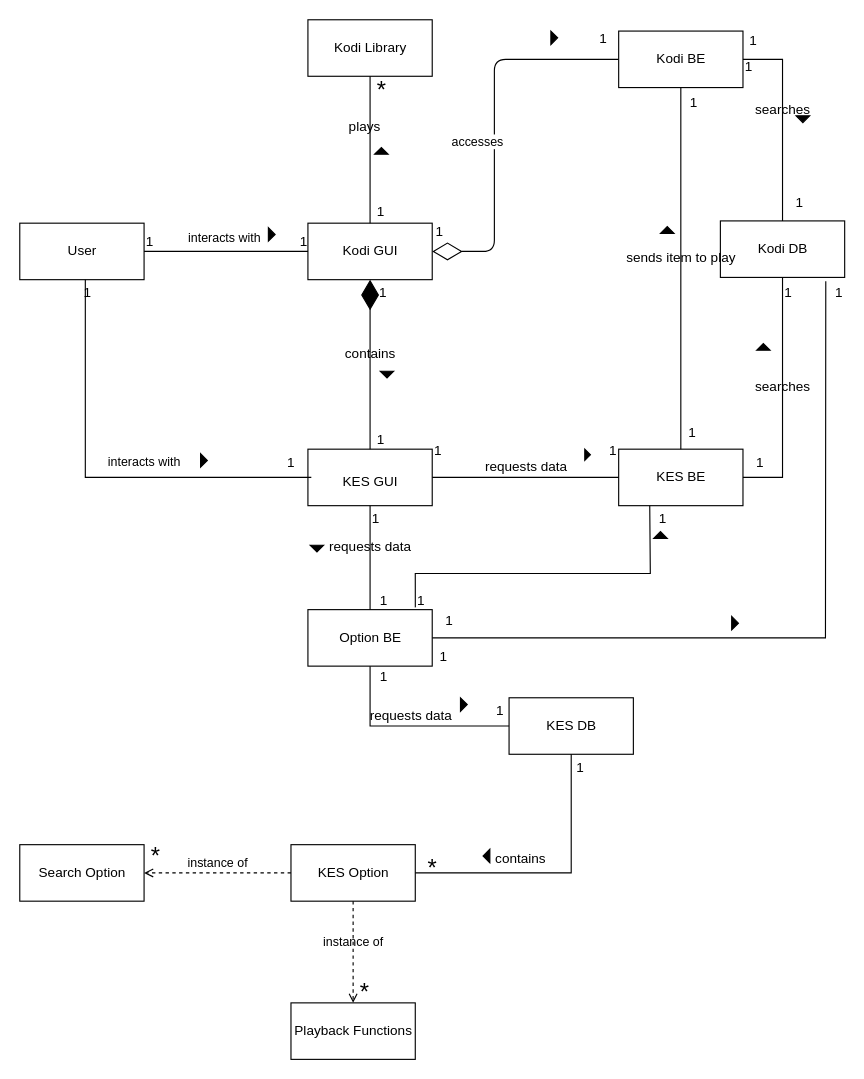
Earlier version of the draw.io diagram uml.drawio (dustinmcmahon/kodiAddon). Source tidied: cells renumbered, new cells numbered last; positions are measured from the earlier drawing's top-left corner, leaving out a move shared by most shapes. Both pictures are drawn from the tidied source at 113%, with x=0, y=0 at pixel (19, 19).
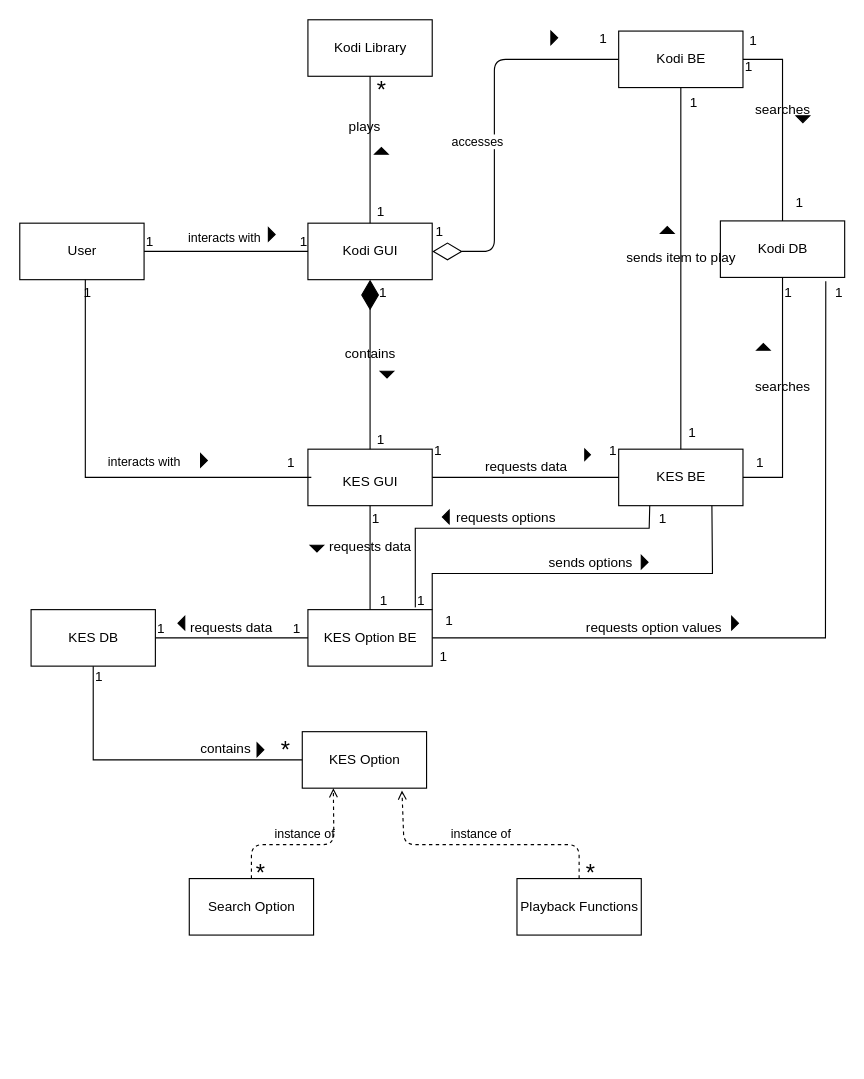
The same diagram, later.

Unchanged cells that the change refers to:
```xml
<mxCell id="17" value="KES BE" style="html=1;" parent="1" vertex="1">
  <mxGeometry x="530" y="380" width="110" height="50" as="geometry" />
</mxCell>
<mxCell id="19" value="Kodi DB" style="html=1;" parent="1" vertex="1">
  <mxGeometry x="620" y="178" width="110" height="50" as="geometry" />
</mxCell>
```

What changed in the source:
```diff
@@
     <mxCell id="11" value="KES Option" style="html=1;fontSize=12;" parent="1" vertex="1">
-      <mxGeometry x="240" y="730" width="110" height="50" as="geometry" />
+      <mxGeometry x="250" y="630" width="110" height="50" as="geometry" />
     </mxCell>
@@
     <mxCell id="18" value="KES DB" style="html=1;" parent="1" vertex="1">
-      <mxGeometry x="433" y="600" width="110" height="50" as="geometry" />
+      <mxGeometry x="10" y="522" width="110" height="50" as="geometry" />
     </mxCell>
@@
-    <mxCell id="36" style="triangle;fillColor=strokeColor;fontSize=12;rotation=-90;" parent="1" vertex="1">
-      <mxGeometry x="564" y="450" width="6" height="12" as="geometry" />
+    <mxCell id="36" style="triangle;fillColor=strokeColor;fontSize=12;rotation=-180;" parent="1" vertex="1">
+      <mxGeometry x="374" y="434" width="6" height="12" as="geometry" />
     </mxCell>
-    <mxCell id="37" style="endArrow=none;html=1;rounded=0;align=center;verticalAlign=bottom;labelBackgroundColor=none;fontSize=12;exitX=1;exitY=0.5;exitDx=0;exitDy=0;entryX=0.5;entryY=1;entryDx=0;entryDy=0;" parent="1" edge="1" source="11" target="18">
+    <mxCell id="37" style="endArrow=none;html=1;rounded=0;align=center;verticalAlign=bottom;labelBackgroundColor=none;fontSize=12;entryX=0.5;entryY=1;entryDx=0;entryDy=0;exitX=0;exitY=0.5;exitDx=0;exitDy=0;" parent="1" edge="1" source="11" target="18">
       <mxGeometry relative="1" as="geometry">
         <Array as="points">
-          <mxPoint x="488" y="755" />
+          <mxPoint x="65" y="655" />
         </Array>
       </mxGeometry>
     </mxCell>
@@
     <mxCell id="39" value="*" style="text;html=1;align=center;verticalAlign=middle;strokeColor=none;fillColor=none;fontSize=21;" parent="1" vertex="1">
-      <mxGeometry x="350" y="730" width="30" height="40" as="geometry" />
+      <mxGeometry x="220" y="626" width="30" height="40" as="geometry" />
     </mxCell>
     <mxCell id="40" value="Search Option" style="html=1;fontSize=12;" parent="1" vertex="1">
-      <mxGeometry y="730" width="110" height="50" as="geometry" />
+      <mxGeometry x="150" y="760" width="110" height="50" as="geometry" />
     </mxCell>
     <mxCell id="41" value="Playback Functions" style="html=1;fontSize=12;" parent="1" vertex="1">
-      <mxGeometry x="240" y="870" width="110" height="50" as="geometry" />
+      <mxGeometry x="440" y="760" width="110" height="50" as="geometry" />
     </mxCell>
     <mxCell id="42" value="*" style="text;html=1;align=center;verticalAlign=middle;strokeColor=none;fillColor=none;fontSize=21;" parent="1" vertex="1">
-      <mxGeometry x="290" y="840" width="30" height="40" as="geometry" />
+      <mxGeometry x="490" y="735" width="30" height="40" as="geometry" />
     </mxCell>
     <mxCell id="43" value="*" style="text;html=1;align=center;verticalAlign=middle;strokeColor=none;fillColor=none;fontSize=21;" parent="1" vertex="1">
-      <mxGeometry x="105" y="720" width="30" height="40" as="geometry" />
+      <mxGeometry x="198" y="735" width="30" height="40" as="geometry" />
     </mxCell>
-    <mxCell id="44" value="instance of" style="html=1;verticalAlign=bottom;labelBackgroundColor=none;endArrow=open;endFill=0;dashed=1;exitX=0;exitY=0.5;exitDx=0;exitDy=0;" parent="1" edge="1" source="11" target="40">
-      <mxGeometry relative="1" as="geometry" />
+    <mxCell id="44" value="instance of" style="html=1;verticalAlign=bottom;labelBackgroundColor=none;endArrow=open;endFill=0;dashed=1;entryX=0.25;entryY=1;entryDx=0;entryDy=0;exitX=0.5;exitY=0;exitDx=0;exitDy=0;" parent="1" edge="1" source="40" target="11">
+      <mxGeometry relative="1" as="geometry">
+        <Array as="points">
+          <mxPoint x="205" y="730" />
+          <mxPoint x="278" y="730" />
+        </Array>
+      </mxGeometry>
     </mxCell>
-    <mxCell id="45" style="triangle;fillColor=strokeColor;fontSize=12;rotation=-180;" parent="1" vertex="1">
-      <mxGeometry x="410" y="734" width="6" height="12" as="geometry" />
+    <mxCell id="45" style="triangle;fillColor=strokeColor;fontSize=12;rotation=0;" parent="1" vertex="1">
+      <mxGeometry x="210" y="640" width="6" height="12" as="geometry" />
     </mxCell>
-    <mxCell id="46" value="instance of" style="html=1;verticalAlign=bottom;labelBackgroundColor=none;endArrow=open;endFill=0;dashed=1;exitX=0.5;exitY=1;exitDx=0;exitDy=0;" parent="1" edge="1" source="11" target="41">
-      <mxGeometry relative="1" as="geometry" />
+    <mxCell id="46" value="instance of" style="html=1;verticalAlign=bottom;labelBackgroundColor=none;endArrow=open;endFill=0;dashed=1;entryX=0.802;entryY=1.04;entryDx=0;entryDy=0;exitX=0.5;exitY=0;exitDx=0;exitDy=0;entryPerimeter=0;" parent="1" edge="1" source="41" target="11">
+      <mxGeometry relative="1" as="geometry">
+        <Array as="points">
+          <mxPoint x="495" y="730" />
+          <mxPoint x="340" y="730" />
+        </Array>
+      </mxGeometry>
     </mxCell>
@@
     <mxCell id="57" value="1" style="html=1;align=left;verticalAlign=bottom;labelBackgroundColor=none;" parent="1" vertex="1">
-      <mxGeometry x="491" y="670" as="geometry" />
+      <mxGeometry x="240" y="547" as="geometry" />
     </mxCell>
@@
-    <mxCell id="61" value="Option BE" style="html=1;" parent="1" vertex="1">
+    <mxCell id="61" value="KES Option BE" style="html=1;" parent="1" vertex="1">
       <mxGeometry x="255" y="522" width="110" height="50" as="geometry" />
     </mxCell>
@@
-    <mxCell id="63" value="requests data" style="endArrow=none;html=1;rounded=0;align=center;verticalAlign=bottom;labelBackgroundColor=none;fontSize=12;exitX=0.5;exitY=1;exitDx=0;exitDy=0;entryX=0;entryY=0.5;entryDx=0;entryDy=0;" parent="1" edge="1" source="61" target="18">
-      <mxGeometry x="0.01" relative="1" as="geometry">
-        <Array as="points">
-          <mxPoint x="310" y="625" />
-        </Array>
-      </mxGeometry>
+    <mxCell id="63" value="requests data" style="endArrow=none;html=1;rounded=0;align=center;verticalAlign=bottom;labelBackgroundColor=none;fontSize=12;exitX=0;exitY=0.5;exitDx=0;exitDy=0;entryX=1;entryY=0.5;entryDx=0;entryDy=0;" parent="1" edge="1" source="61" target="18">
+      <mxGeometry x="0.01" relative="1" as="geometry" />
     </mxCell>
-    <mxCell id="64" style="endArrow=none;html=1;rounded=0;align=center;verticalAlign=bottom;labelBackgroundColor=none;fontSize=12;exitX=0.864;exitY=-0.04;exitDx=0;exitDy=0;entryX=0.25;entryY=1;entryDx=0;entryDy=0;exitPerimeter=0;" parent="1" edge="1" source="61" target="17">
+    <mxCell id="64" value="requests options" style="endArrow=none;html=1;rounded=0;align=center;verticalAlign=bottom;labelBackgroundColor=none;fontSize=12;exitX=0.864;exitY=-0.04;exitDx=0;exitDy=0;entryX=0.25;entryY=1;entryDx=0;entryDy=0;exitPerimeter=0;" parent="1" edge="1" source="61" target="17">
       <mxGeometry x="0.01" relative="1" as="geometry">
         <Array as="points">
-          <mxPoint x="350" y="490" />
-          <mxPoint x="558" y="490" />
+          <mxPoint x="350" y="450" />
+          <mxPoint x="557" y="450" />
         </Array>
       </mxGeometry>
     </mxCell>
-    <mxCell id="65" style="endArrow=none;html=1;rounded=0;align=center;verticalAlign=bottom;labelBackgroundColor=none;fontSize=12;exitX=1;exitY=0.5;exitDx=0;exitDy=0;entryX=0.848;entryY=1.068;entryDx=0;entryDy=0;entryPerimeter=0;" parent="1" edge="1" source="61" target="19">
-      <mxGeometry x="0.01" relative="1" as="geometry">
+    <mxCell id="65" value="requests option values" style="endArrow=none;html=1;rounded=0;align=center;verticalAlign=bottom;labelBackgroundColor=none;fontSize=12;exitX=1;exitY=0.5;exitDx=0;exitDy=0;entryX=0.848;entryY=1.068;entryDx=0;entryDy=0;entryPerimeter=0;" parent="1" edge="1" source="61" target="19">
+      <mxGeometry x="-0.41" relative="1" as="geometry">
         <Array as="points">
           <mxPoint x="713" y="547" />
         </Array>
       </mxGeometry>
     </mxCell>
@@
     <mxCell id="67" value="1" style="html=1;align=left;verticalAlign=bottom;labelBackgroundColor=none;" parent="1" vertex="1">
-      <mxGeometry x="317" y="590" as="geometry" />
+      <mxGeometry x="65" y="590" as="geometry" />
     </mxCell>
@@
     <mxCell id="69" value="1" style="html=1;align=left;verticalAlign=bottom;labelBackgroundColor=none;" parent="1" vertex="1">
-      <mxGeometry x="420" y="620" as="geometry" />
+      <mxGeometry x="120" y="547" as="geometry" />
     </mxCell>
@@
-    <mxCell id="74" style="triangle;fillColor=strokeColor;fontSize=12;rotation=0;" parent="1" vertex="1">
-      <mxGeometry x="390" y="600" width="6" height="12" as="geometry" />
+    <mxCell id="74" style="triangle;fillColor=strokeColor;fontSize=12;rotation=-180;" parent="1" vertex="1">
+      <mxGeometry x="140" y="528" width="6" height="12" as="geometry" />
     </mxCell>
@@
+    <mxCell id="77" value="sends options" style="endArrow=none;html=1;rounded=0;align=center;verticalAlign=bottom;labelBackgroundColor=none;fontSize=12;entryX=0.75;entryY=1;entryDx=0;entryDy=0;exitX=1;exitY=0;exitDx=0;exitDy=0;" parent="1" edge="1" source="61" target="17">
+      <mxGeometry x="0.01" relative="1" as="geometry">
+        <Array as="points">
+          <mxPoint x="365" y="490" />
+          <mxPoint x="613" y="490" />
+        </Array>
+      </mxGeometry>
+    </mxCell>
+    <mxCell id="78" style="triangle;fillColor=strokeColor;fontSize=12;rotation=0;" parent="1" vertex="1">
+      <mxGeometry x="550" y="474" width="6" height="12" as="geometry" />
+    </mxCell>
```
